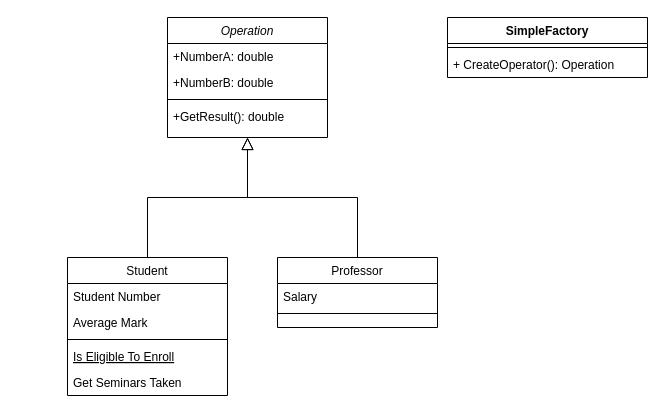
Before: design pattern demo/View/Untitled Diagram.drawio in 1brian987654/Learning, a draw.io diagram. Source tidied: cells renumbered, new cells numbered last; positions are measured from the earlier drawing's top-left corner, leaving out a move shared by most shapes. Both pictures are drawn from the tidied source at 100%, with x=0, y=0 at pixel (67, 17).
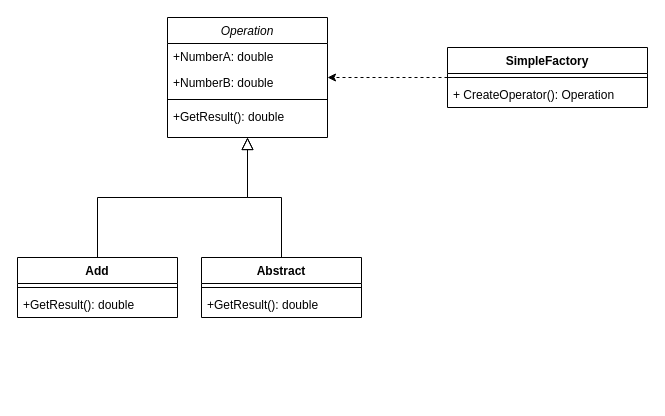
The same page after the edit.

The change refers to these unchanged cells:
```xml
<mxCell id="2" value="Operation" style="swimlane;fontStyle=2;align=center;verticalAlign=top;horizontal=1;startSize=26;rounded=0;shadow=0;strokeWidth=1;" parent="1" vertex="1">
  <mxGeometry x="100" width="160" height="120" as="geometry" />
</mxCell>
```

The edit, as a diff of the source:
```diff
@@
-    <mxCell id="7" value="Student" style="swimlane;fontStyle=0;align=center;verticalAlign=top;horizontal=1;startSize=26;rounded=0;shadow=0;strokeWidth=1;" parent="1" vertex="1">
-      <mxGeometry y="240" width="160" height="138" as="geometry" />
-    </mxCell>
-    <mxCell id="8" value="Student Number" style="text;align=left;verticalAlign=top;spacingLeft=4;spacingRight=4;overflow=hidden;" parent="7" vertex="1">
-      <mxGeometry y="26" width="160" height="26" as="geometry" />
-    </mxCell>
-    <mxCell id="9" value="Average Mark" style="text;align=left;verticalAlign=top;spacingLeft=4;spacingRight=4;overflow=hidden;rounded=0;shadow=0;html=0;" parent="7" vertex="1">
-      <mxGeometry y="52" width="160" height="26" as="geometry" />
-    </mxCell>
-    <mxCell id="10" style="line;html=1;strokeWidth=1;align=left;verticalAlign=middle;spacingTop=-1;spacingLeft=3;spacingRight=3;labelPosition=right;" parent="7" vertex="1">
-      <mxGeometry y="78" width="160" height="8" as="geometry" />
-    </mxCell>
-    <mxCell id="11" value="Is Eligible To Enroll" style="text;align=left;verticalAlign=top;spacingLeft=4;spacingRight=4;overflow=hidden;fontStyle=4;" parent="7" vertex="1">
-      <mxGeometry y="86" width="160" height="26" as="geometry" />
-    </mxCell>
-    <mxCell id="12" value="Get Seminars Taken" style="text;align=left;verticalAlign=top;spacingLeft=4;spacingRight=4;overflow=hidden;" parent="7" vertex="1">
-      <mxGeometry y="112" width="160" height="26" as="geometry" />
-    </mxCell>
-    <mxCell id="13" style="endArrow=block;endSize=10;endFill=0;shadow=0;strokeWidth=1;rounded=0;edgeStyle=elbowEdgeStyle;elbow=vertical;" parent="1" edge="1" source="7" target="2">
+    <mxCell id="13" style="endArrow=block;endSize=10;endFill=0;shadow=0;strokeWidth=1;rounded=0;edgeStyle=elbowEdgeStyle;elbow=vertical;" parent="1" edge="1" source="22" target="2">
       <mxGeometry relative="1" as="geometry" />
     </mxCell>
-    <mxCell id="14" value="Professor" style="swimlane;fontStyle=0;align=center;verticalAlign=top;horizontal=1;startSize=26;rounded=0;shadow=0;strokeWidth=1;" parent="1" vertex="1">
-      <mxGeometry x="210" y="240" width="160" height="70" as="geometry" />
-    </mxCell>
-    <mxCell id="15" value="Salary" style="text;align=left;verticalAlign=top;spacingLeft=4;spacingRight=4;overflow=hidden;" parent="14" vertex="1">
-      <mxGeometry y="26" width="160" height="26" as="geometry" />
-    </mxCell>
-    <mxCell id="16" style="line;html=1;strokeWidth=1;align=left;verticalAlign=middle;spacingTop=-1;spacingLeft=3;spacingRight=3;labelPosition=right;" parent="14" vertex="1">
-      <mxGeometry y="52" width="160" height="8" as="geometry" />
-    </mxCell>
-    <mxCell id="17" style="endArrow=block;endSize=10;endFill=0;shadow=0;strokeWidth=1;rounded=0;edgeStyle=elbowEdgeStyle;elbow=vertical;" parent="1" edge="1" source="14" target="2">
+    <mxCell id="17" style="endArrow=block;endSize=10;endFill=0;shadow=0;strokeWidth=1;rounded=0;edgeStyle=elbowEdgeStyle;elbow=vertical;exitX=0.5;exitY=0;exitDx=0;exitDy=0;" parent="1" edge="1" source="25" target="2">
       <mxGeometry relative="1" as="geometry" />
     </mxCell>
+    <mxCell id="21" style="edgeStyle=orthogonalEdgeStyle;rounded=0;jettySize=auto;html=1;dashed=1;" parent="1" edge="1" source="18" target="2">
+      <mxGeometry relative="1" as="geometry" />
+    </mxCell>
     <mxCell id="18" value="SimpleFactory" style="swimlane;fontStyle=1;align=center;verticalAlign=top;horizontal=1;startSize=26;whiteSpace=wrap;html=1;" parent="1" vertex="1">
-      <mxGeometry x="380" width="200" height="60" as="geometry" />
+      <mxGeometry x="380" y="30" width="200" height="60" as="geometry" />
     </mxCell>
@@
+    <mxCell id="22" value="Add" style="swimlane;fontStyle=1;align=center;verticalAlign=top;horizontal=1;startSize=26;whiteSpace=wrap;html=1;" parent="1" vertex="1">
+      <mxGeometry x="-50" y="240" width="160" height="60" as="geometry" />
+    </mxCell>
+    <mxCell id="23" style="line;strokeWidth=1;fillColor=none;align=left;verticalAlign=middle;spacingTop=-1;spacingLeft=3;spacingRight=3;labelPosition=right;strokeColor=inherit;" parent="22" vertex="1">
+      <mxGeometry y="26" width="160" height="8" as="geometry" />
+    </mxCell>
+    <mxCell id="24" value="+GetResult(): double" style="text;strokeColor=none;fillColor=none;align=left;verticalAlign=top;spacingLeft=4;spacingRight=4;overflow=hidden;whiteSpace=wrap;html=1;" parent="22" vertex="1">
+      <mxGeometry y="34" width="160" height="26" as="geometry" />
+    </mxCell>
+    <mxCell id="25" value="Abstract" style="swimlane;fontStyle=1;align=center;verticalAlign=top;horizontal=1;startSize=26;whiteSpace=wrap;html=1;" parent="1" vertex="1">
+      <mxGeometry x="134" y="240" width="160" height="60" as="geometry" />
+    </mxCell>
+    <mxCell id="26" style="line;strokeWidth=1;fillColor=none;align=left;verticalAlign=middle;spacingTop=-1;spacingLeft=3;spacingRight=3;labelPosition=right;strokeColor=inherit;" parent="25" vertex="1">
+      <mxGeometry y="26" width="160" height="8" as="geometry" />
+    </mxCell>
+    <mxCell id="27" value="+GetResult(): double" style="text;strokeColor=none;fillColor=none;align=left;verticalAlign=top;spacingLeft=4;spacingRight=4;overflow=hidden;whiteSpace=wrap;html=1;" parent="25" vertex="1">
+      <mxGeometry y="34" width="160" height="26" as="geometry" />
+    </mxCell>
```
